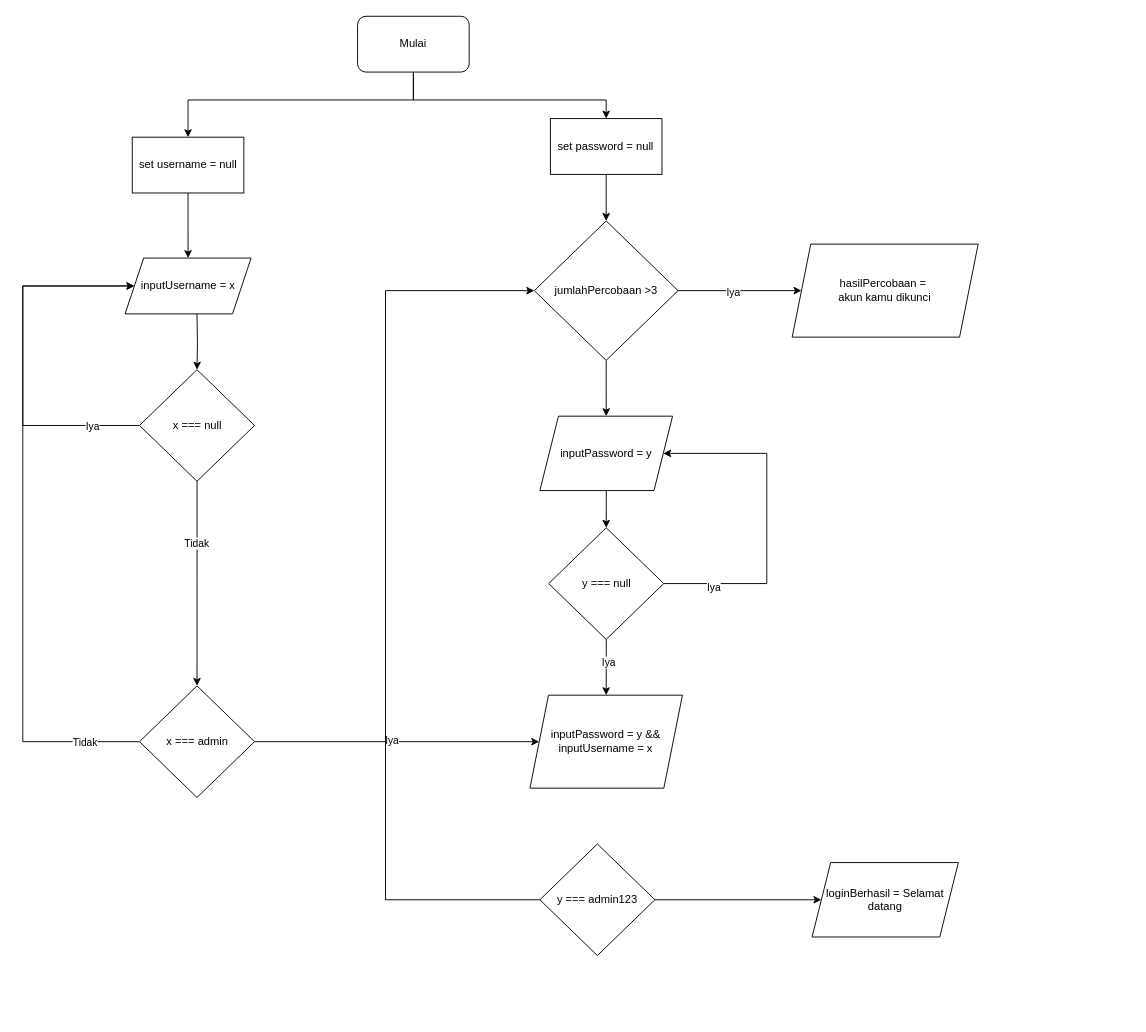
The draw.io diagram haiya.drawio in shinoaaa/nigachu, before the edit. Source tidied: cells renumbered, new cells numbered last; positions are measured from the earlier drawing's top-left corner, leaving out a move shared by most shapes. Both pictures are drawn from the tidied source at 93%, with x=0, y=0 at pixel (22, 16).
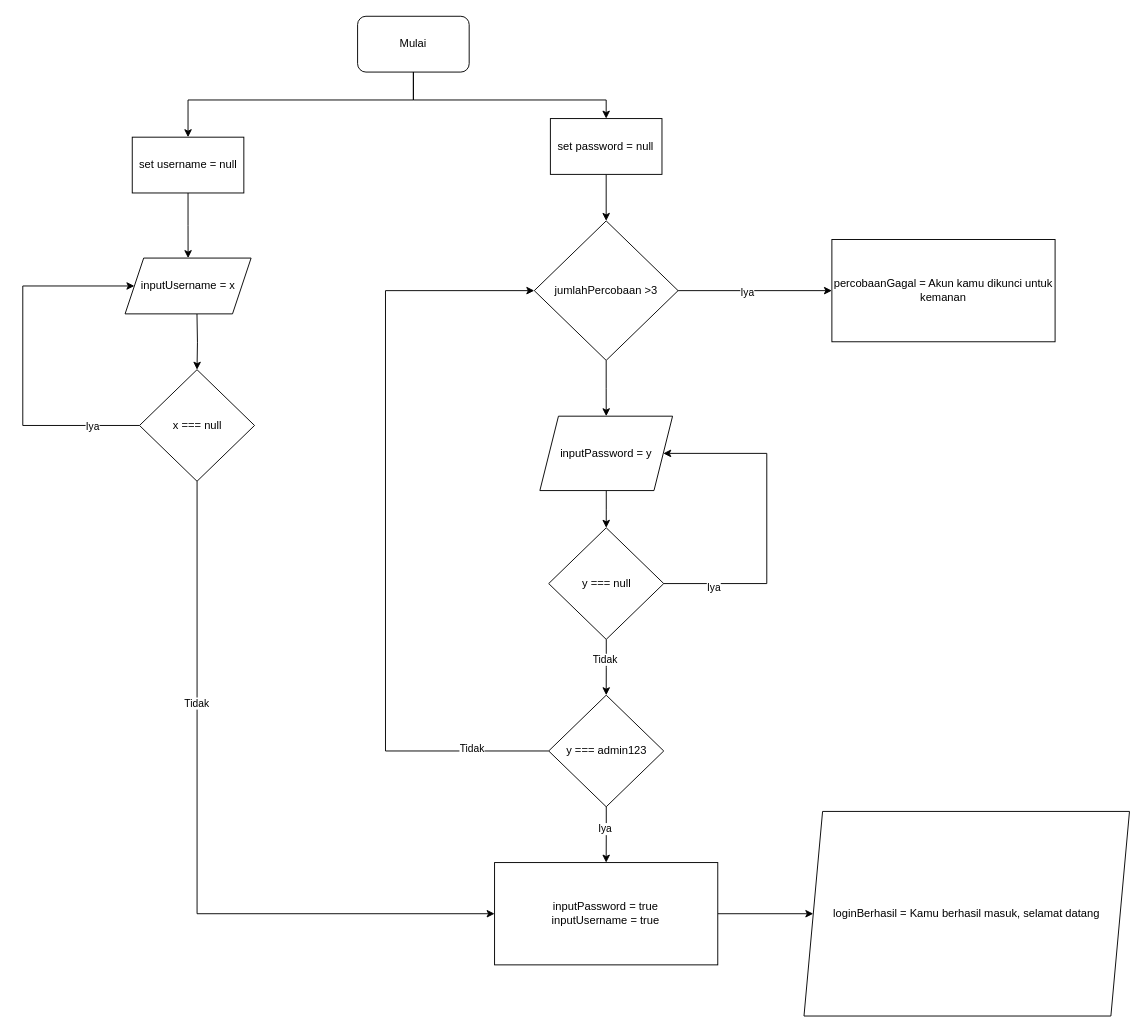
After the change.

Unchanged cells that the change refers to:
```xml
<mxCell id="12" value="jumlahPercobaan &amp;gt;3" style="rhombus;whiteSpace=wrap;html=1;fillColor=light-dark(#FFFFFF,#FFFFFF);fontColor=light-dark(#000000,#040404);" parent="1" vertex="1">
  <mxGeometry x="550" y="220" width="154.6" height="150" as="geometry" />
</mxCell>
<mxCell id="18" value="x === null" style="rhombus;whiteSpace=wrap;html=1;fillColor=light-dark(#FFFFFF,#FFFFFF);fontColor=light-dark(#000000,#040404);" parent="1" vertex="1">
  <mxGeometry x="125.5" y="380" width="123.7" height="120" as="geometry" />
</mxCell>
<mxCell id="25" value="inputUsername = x" style="shape=parallelogram;perimeter=parallelogramPerimeter;whiteSpace=wrap;html=1;fixedSize=1;fillColor=light-dark(#FFFFFF,#F0F0F0);fontColor=light-dark(#000000,#000000);" parent="1" vertex="1">
  <mxGeometry x="110" y="260" width="135.5" height="60" as="geometry" />
</mxCell>
<mxCell id="37" value="y === null" style="rhombus;whiteSpace=wrap;html=1;fillColor=light-dark(#FFFFFF,#FFFFFF);fontColor=light-dark(#000000,#040404);" parent="1" vertex="1">
  <mxGeometry x="565.5" y="550" width="123.7" height="120" as="geometry" />
</mxCell>
```

Change to the diagram source:
```diff
@@
-    <mxCell id="9" style="edgeStyle=orthogonalEdgeStyle;rounded=0;jettySize=auto;html=1;entryX=0;entryY=0.5;entryDx=0;entryDy=0;" parent="1" edge="1" source="12" target="24">
+    <mxCell id="9" style="edgeStyle=orthogonalEdgeStyle;rounded=0;jettySize=auto;html=1;entryX=0;entryY=0.5;entryDx=0;entryDy=0;" parent="1" edge="1" source="12" target="45">
       <mxGeometry relative="1" as="geometry" />
     </mxCell>
@@
-    <mxCell id="16" style="edgeStyle=orthogonalEdgeStyle;rounded=0;jettySize=auto;html=1;entryX=0.5;entryY=0;entryDx=0;entryDy=0;" parent="1" edge="1" source="18" target="23">
-      <mxGeometry relative="1" as="geometry" />
+    <mxCell id="16" style="edgeStyle=orthogonalEdgeStyle;rounded=0;jettySize=auto;html=1;entryX=0;entryY=0.5;entryDx=0;entryDy=0;" parent="1" edge="1" source="18" target="44">
+      <mxGeometry relative="1" as="geometry">
+        <Array as="points">
+          <mxPoint x="187" y="965" />
+        </Array>
+      </mxGeometry>
     </mxCell>
@@
-    <mxCell id="19" style="edgeStyle=orthogonalEdgeStyle;rounded=0;jettySize=auto;html=1;entryX=0;entryY=0.5;entryDx=0;entryDy=0;exitX=0;exitY=0.5;exitDx=0;exitDy=0;" parent="1" edge="1" source="23" target="25">
-      <mxGeometry relative="1" as="geometry">
-        <Array as="points">
-          <mxPoint y="780" />
-          <mxPoint y="290" />
-        </Array>
-      </mxGeometry>
-    </mxCell>
-    <mxCell id="20" value="Tidak" style="edgeLabel;html=1;align=center;verticalAlign=middle;" parent="19" vertex="1">
-      <mxGeometry x="-0.84" relative="1" as="geometry" />
-    </mxCell>
-    <mxCell id="21" style="edgeStyle=orthogonalEdgeStyle;rounded=0;jettySize=auto;html=1;entryX=0;entryY=0.5;entryDx=0;entryDy=0;" parent="1" edge="1" source="23" target="32">
-      <mxGeometry relative="1" as="geometry" />
-    </mxCell>
-    <mxCell id="22" value="Iya" style="edgeLabel;html=1;align=center;verticalAlign=middle;" parent="21" vertex="1">
-      <mxGeometry x="-0.04" y="3" relative="1" as="geometry">
-        <mxPoint y="1" as="offset" />
-      </mxGeometry>
-    </mxCell>
-    <mxCell id="23" value="x === admin" style="rhombus;whiteSpace=wrap;html=1;fillColor=light-dark(#FFFFFF,#FFFFFF);fontColor=light-dark(#000000,#040404);" parent="1" vertex="1">
-      <mxGeometry x="125.5" y="720" width="123.7" height="120" as="geometry" />
-    </mxCell>
-    <mxCell id="24" value="hasilPercobaan =&amp;nbsp;&lt;div&gt;akun kamu dikunci&lt;/div&gt;" style="shape=parallelogram;perimeter=parallelogramPerimeter;whiteSpace=wrap;html=1;fixedSize=1;fillColor=light-dark(#FFFFFF,#F0F0F0);fontColor=light-dark(#000000,#000000);" parent="1" vertex="1">
-      <mxGeometry x="827.3" y="245" width="200" height="100" as="geometry" />
-    </mxCell>
@@
     <mxCell id="28" style="edgeStyle=orthogonalEdgeStyle;rounded=0;jettySize=auto;html=1;entryX=0;entryY=0.5;entryDx=0;entryDy=0;" parent="1" edge="1" source="30" target="12">
       <mxGeometry relative="1" as="geometry">
         <Array as="points">
-          <mxPoint x="390" y="950" />
+          <mxPoint x="390" y="790" />
           <mxPoint x="390" y="295" />
         </Array>
       </mxGeometry>
     </mxCell>
-    <mxCell id="29" style="edgeStyle=orthogonalEdgeStyle;rounded=0;jettySize=auto;html=1;entryX=0;entryY=0.5;entryDx=0;entryDy=0;" parent="1" edge="1" source="30" target="31">
-      <mxGeometry relative="1" as="geometry" />
-    </mxCell>
+    <mxCell id="38" value="Tidak" style="edgeLabel;html=1;align=center;verticalAlign=middle;" parent="28" vertex="1">
+      <mxGeometry x="-0.8" y="-3" relative="1" as="geometry" />
+    </mxCell>
+    <mxCell id="39" style="edgeStyle=orthogonalEdgeStyle;rounded=0;jettySize=auto;html=1;entryX=0.5;entryY=0;entryDx=0;entryDy=0;" parent="1" edge="1" source="30" target="44">
+      <mxGeometry relative="1" as="geometry" />
+    </mxCell>
+    <mxCell id="40" value="Iya" style="edgeLabel;html=1;align=center;verticalAlign=middle;" parent="39" vertex="1">
+      <mxGeometry x="-0.2" y="-2" relative="1" as="geometry" />
+    </mxCell>
     <mxCell id="30" value="y === admin123" style="rhombus;whiteSpace=wrap;html=1;fillColor=light-dark(#FFFFFF,#FFFFFF);fontColor=light-dark(#000000,#040404);" parent="1" vertex="1">
-      <mxGeometry x="556" y="890" width="123.7" height="120" as="geometry" />
+      <mxGeometry x="565.5" y="730" width="123.7" height="120" as="geometry" />
     </mxCell>
-    <mxCell id="31" value="loginBerhasil = Selamat datang" style="shape=parallelogram;perimeter=parallelogramPerimeter;whiteSpace=wrap;html=1;fixedSize=1;fillColor=light-dark(#FFFFFF,#F0F0F0);fontColor=light-dark(#000000,#000000);" parent="1" vertex="1">
-      <mxGeometry x="848.7" y="910" width="157.3" height="80" as="geometry" />
+    <mxCell id="31" value="loginBerhasil = Kamu berhasil masuk, selamat datang" style="shape=parallelogram;perimeter=parallelogramPerimeter;whiteSpace=wrap;html=1;fixedSize=1;fillColor=light-dark(#FFFFFF,#F0F0F0);fontColor=light-dark(#000000,#000000);" parent="1" vertex="1">
+      <mxGeometry x="840" y="855" width="350" height="220" as="geometry" />
     </mxCell>
-    <mxCell id="32" value="inputPassword = y &amp;amp;&amp;amp;&lt;div&gt;inputUsername = x&lt;/div&gt;" style="shape=parallelogram;perimeter=parallelogramPerimeter;whiteSpace=wrap;html=1;fixedSize=1;fillColor=light-dark(#FFFFFF,#F0F0F0);fontColor=light-dark(#000000,#000000);" parent="1" vertex="1">
-      <mxGeometry x="545.3" y="730" width="164" height="100" as="geometry" />
-    </mxCell>
@@
-    <mxCell id="35" style="edgeStyle=orthogonalEdgeStyle;rounded=0;jettySize=auto;html=1;" parent="1" edge="1" source="37" target="32">
-      <mxGeometry relative="1" as="geometry" />
-    </mxCell>
-    <mxCell id="36" value="Iya" style="edgeLabel;html=1;align=center;verticalAlign=middle;" parent="35" vertex="1">
-      <mxGeometry x="-0.18" y="2" relative="1" as="geometry" />
-    </mxCell>
+    <mxCell id="41" style="edgeStyle=orthogonalEdgeStyle;rounded=0;jettySize=auto;html=1;entryX=0.5;entryY=0;entryDx=0;entryDy=0;" parent="1" edge="1" source="37" target="30">
+      <mxGeometry relative="1" as="geometry" />
+    </mxCell>
+    <mxCell id="42" value="Tidak" style="edgeLabel;html=1;align=center;verticalAlign=middle;" parent="41" vertex="1">
+      <mxGeometry x="-0.28" y="-2" relative="1" as="geometry" />
+    </mxCell>
@@
+    <mxCell id="43" style="edgeStyle=orthogonalEdgeStyle;rounded=0;jettySize=auto;html=1;entryX=0;entryY=0.5;entryDx=0;entryDy=0;" parent="1" edge="1" source="44" target="31">
+      <mxGeometry relative="1" as="geometry" />
+    </mxCell>
+    <mxCell id="44" value="&lt;span style=&quot;&quot;&gt;inputPassword = true&lt;/span&gt;&lt;div&gt;&lt;span style=&quot;&quot;&gt;inputUsername = true&lt;/span&gt;&lt;/div&gt;" style="rounded=0;whiteSpace=wrap;html=1;fillColor=light-dark(#FFFFFF,#FAFAFA);fontColor=light-dark(#000000,#0B0B0B);" parent="1" vertex="1">
+      <mxGeometry x="507.3" y="910" width="240" height="110" as="geometry" />
+    </mxCell>
+    <mxCell id="45" value="percobaanGagal = Akun kamu dikunci untuk kemanan" style="rounded=0;whiteSpace=wrap;html=1;fillColor=light-dark(#FFFFFF,#FAFAFA);fontColor=light-dark(#000000,#0B0B0B);" parent="1" vertex="1">
+      <mxGeometry x="870" y="240" width="240" height="110" as="geometry" />
+    </mxCell>
```
